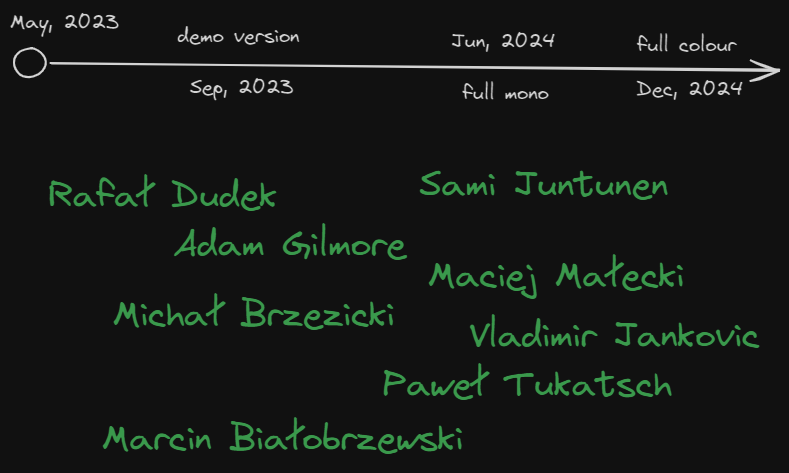
maciejmalecki/tony-cue2024 keeps this Excalidraw diagram as img/timeline.excalidraw.png. Above is the earlier version. Source tidied: one line per element, renumbered; positions are measured from the earlier drawing's top-left corner, leaving out a move shared by most shapes. The source it was exported from:
```json
{"id": 0, "type": "arrow", "strokeColor": "#1e1e1e", "strokeWidth": 2, "roughness": 1, "endArrowhead": "arrow", "round": true, "from": 5, "x": 42, "y": 53, "width": 726, "height": 7, "points": [[0, 0], [726, 7]]}
{"id": 1, "type": "text", "text": "May, 2023", "strokeColor": "#1e1e1e", "strokeWidth": 2, "roughness": 1, "fontSize": 20, "fontFamily": 1, "x": 0, "y": 0, "width": 109, "height": 25}
{"id": 2, "type": "text", "text": "Sep, 2023", "strokeColor": "#1e1e1e", "strokeWidth": 2, "roughness": 1, "fontSize": 20, "fontFamily": 1, "x": 180, "y": 65, "width": 104, "height": 25}
{"id": 3, "type": "text", "text": "Jun, 2024", "strokeColor": "#1e1e1e", "strokeWidth": 2, "roughness": 1, "fontSize": 20, "fontFamily": 1, "x": 442, "y": 19, "width": 104, "height": 25}
{"id": 4, "type": "text", "text": "Dec, 2024", "strokeColor": "#1e1e1e", "strokeWidth": 2, "roughness": 1, "fontSize": 20, "fontFamily": 1, "x": 626, "y": 67, "width": 107, "height": 25}
{"id": 5, "type": "ellipse", "strokeColor": "#1e1e1e", "strokeWidth": 2, "roughness": 1, "round": true, "x": 4, "y": 38, "width": 32, "height": 29}
{"id": 6, "type": "text", "text": "demo version", "strokeColor": "#1e1e1e", "strokeWidth": 2, "roughness": 1, "fontSize": 20, "fontFamily": 1, "x": 168, "y": 14, "width": 122, "height": 25}
{"id": 7, "type": "text", "text": "full mono", "strokeColor": "#1e1e1e", "strokeWidth": 2, "roughness": 1, "fontSize": 20, "fontFamily": 1, "x": 453, "y": 71, "width": 86, "height": 25}
{"id": 8, "type": "text", "text": "full colour", "strokeColor": "#1e1e1e", "strokeWidth": 2, "roughness": 1, "fontSize": 20, "fontFamily": 1, "x": 627, "y": 23, "width": 99, "height": 25}
{"id": 9, "type": "text", "text": "Rafał Dudek", "strokeColor": "#2f9e44", "strokeWidth": 2, "roughness": 1, "fontSize": 36, "fontFamily": 1, "x": 38, "y": 165, "width": 229, "height": 45}
{"id": 10, "type": "text", "text": "Adam Gilmore", "strokeColor": "#2f9e44", "strokeWidth": 2, "roughness": 1, "fontSize": 36, "fontFamily": 1, "x": 164, "y": 214, "width": 233, "height": 45}
{"id": 11, "type": "text", "text": "Sami Juntunen", "strokeColor": "#2f9e44", "strokeWidth": 2, "roughness": 1, "fontSize": 36, "fontFamily": 1, "x": 410, "y": 154, "width": 249, "height": 45}
{"id": 12, "type": "text", "text": "Maciej Małecki", "strokeColor": "#2f9e44", "strokeWidth": 2, "roughness": 1, "fontSize": 36, "fontFamily": 1, "x": 418, "y": 245, "width": 256, "height": 45}
{"id": 13, "type": "text", "text": "Michał Brzezicki", "strokeColor": "#2f9e44", "strokeWidth": 2, "roughness": 1, "fontSize": 36, "fontFamily": 1, "x": 103, "y": 284, "width": 282, "height": 45}
{"id": 14, "type": "text", "text": "Paweł Tukatsch", "strokeColor": "#2f9e44", "strokeWidth": 2, "roughness": 1, "fontSize": 36, "fontFamily": 1, "x": 373, "y": 354, "width": 289, "height": 45}
{"id": 15, "type": "text", "text": "Vladimir Jankovic", "strokeColor": "#2f9e44", "strokeWidth": 2, "roughness": 1, "fontSize": 36, "fontFamily": 1, "x": 460, "y": 305, "width": 291, "height": 45}
{"id": 16, "type": "text", "text": "Marcin Białobrzewski", "strokeColor": "#2f9e44", "strokeWidth": 2, "roughness": 1, "fontSize": 36, "fontFamily": 1, "x": 92, "y": 408, "width": 361, "height": 45}
```
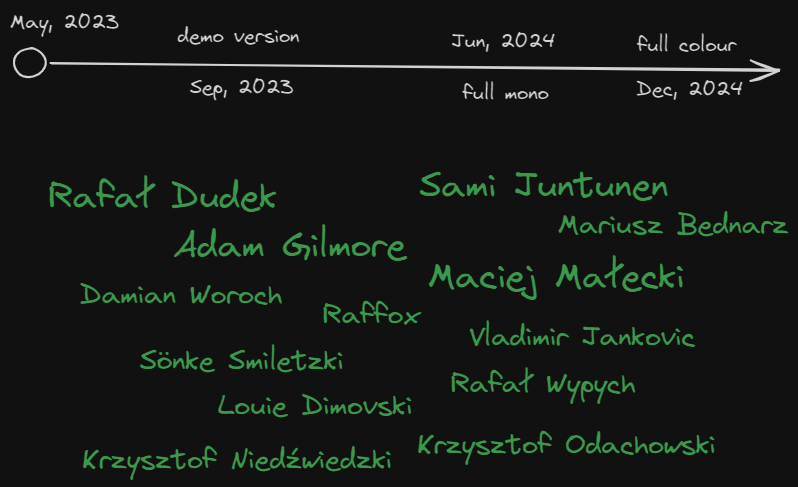
The same diagram one commit later.

Change to the diagram source:
```diff
@@ -11,7 +11,12 @@
 {"id": 10, "type": "text", "text": "Adam Gilmore", "strokeColor": "#2f9e44", "strokeWidth": 2, "roughness": 1, "fontSize": 36, "fontFamily": 1, "x": 164, "y": 214, "width": 233, "height": 45}
 {"id": 11, "type": "text", "text": "Sami Juntunen", "strokeColor": "#2f9e44", "strokeWidth": 2, "roughness": 1, "fontSize": 36, "fontFamily": 1, "x": 410, "y": 154, "width": 249, "height": 45}
 {"id": 12, "type": "text", "text": "Maciej Małecki", "strokeColor": "#2f9e44", "strokeWidth": 2, "roughness": 1, "fontSize": 36, "fontFamily": 1, "x": 418, "y": 245, "width": 256, "height": 45}
-{"id": 13, "type": "text", "text": "Michał Brzezicki", "strokeColor": "#2f9e44", "strokeWidth": 2, "roughness": 1, "fontSize": 36, "fontFamily": 1, "x": 103, "y": 284, "width": 282, "height": 45}
-{"id": 14, "type": "text", "text": "Paweł Tukatsch", "strokeColor": "#2f9e44", "strokeWidth": 2, "roughness": 1, "fontSize": 36, "fontFamily": 1, "x": 373, "y": 354, "width": 289, "height": 45}
-{"id": 15, "type": "text", "text": "Vladimir Jankovic", "strokeColor": "#2f9e44", "strokeWidth": 2, "roughness": 1, "fontSize": 36, "fontFamily": 1, "x": 460, "y": 305, "width": 291, "height": 45}
+{"id": 15, "type": "text", "text": "Vladimir Jankovic", "strokeColor": "#2f9e44", "strokeWidth": 2, "roughness": 1, "fontSize": 28, "fontFamily": 1, "x": 460, "y": 310, "width": 226, "height": 35}
-{"id": 16, "type": "text", "text": "Marcin Białobrzewski", "strokeColor": "#2f9e44", "strokeWidth": 2, "roughness": 1, "fontSize": 36, "fontFamily": 1, "x": 92, "y": 408, "width": 361, "height": 45}
+{"id": 17, "type": "text", "text": "Mariusz Bednarz", "strokeColor": "#2f9e44", "strokeWidth": 2, "roughness": 1, "fontSize": 28, "fontFamily": 1, "x": 548, "y": 198, "width": 231, "height": 35}
+{"id": 18, "type": "text", "text": "Damian Woroch", "strokeColor": "#2f9e44", "strokeWidth": 2, "roughness": 1, "fontSize": 28, "fontFamily": 1, "x": 70, "y": 268, "width": 202, "height": 35}
+{"id": 19, "type": "text", "text": "Raffox", "strokeColor": "#2f9e44", "strokeWidth": 2, "roughness": 1, "fontSize": 28, "fontFamily": 1, "x": 313, "y": 288, "width": 96, "height": 35}
+{"id": 20, "type": "text", "text": "Rafał Wypych", "strokeColor": "#2f9e44", "strokeWidth": 2, "roughness": 1, "fontSize": 28, "fontFamily": 1, "x": 441, "y": 357, "width": 184, "height": 35}
+{"id": 21, "type": "text", "text": "Sönke Smiletzki", "strokeColor": "#2f9e44", "strokeWidth": 2, "roughness": 1, "fontSize": 28, "fontFamily": 1, "x": 130, "y": 334, "width": 204, "height": 35}
+{"id": 22, "type": "text", "text": "Louie Dimovski", "strokeColor": "#2f9e44", "strokeWidth": 2, "roughness": 1, "fontSize": 28, "fontFamily": 1, "x": 208, "y": 379, "width": 194, "height": 35}
+{"id": 23, "type": "text", "text": "Krzysztof Odachowski", "strokeColor": "#2f9e44", "strokeWidth": 2, "roughness": 1, "fontSize": 28, "fontFamily": 1, "x": 407, "y": 418, "width": 299, "height": 35}
+{"id": 24, "type": "text", "text": "Krzysztof Niedźwiedzki", "strokeColor": "#2f9e44", "strokeWidth": 2, "roughness": 1, "fontSize": 28, "fontFamily": 1, "x": 72, "y": 433, "width": 310, "height": 35}
```
